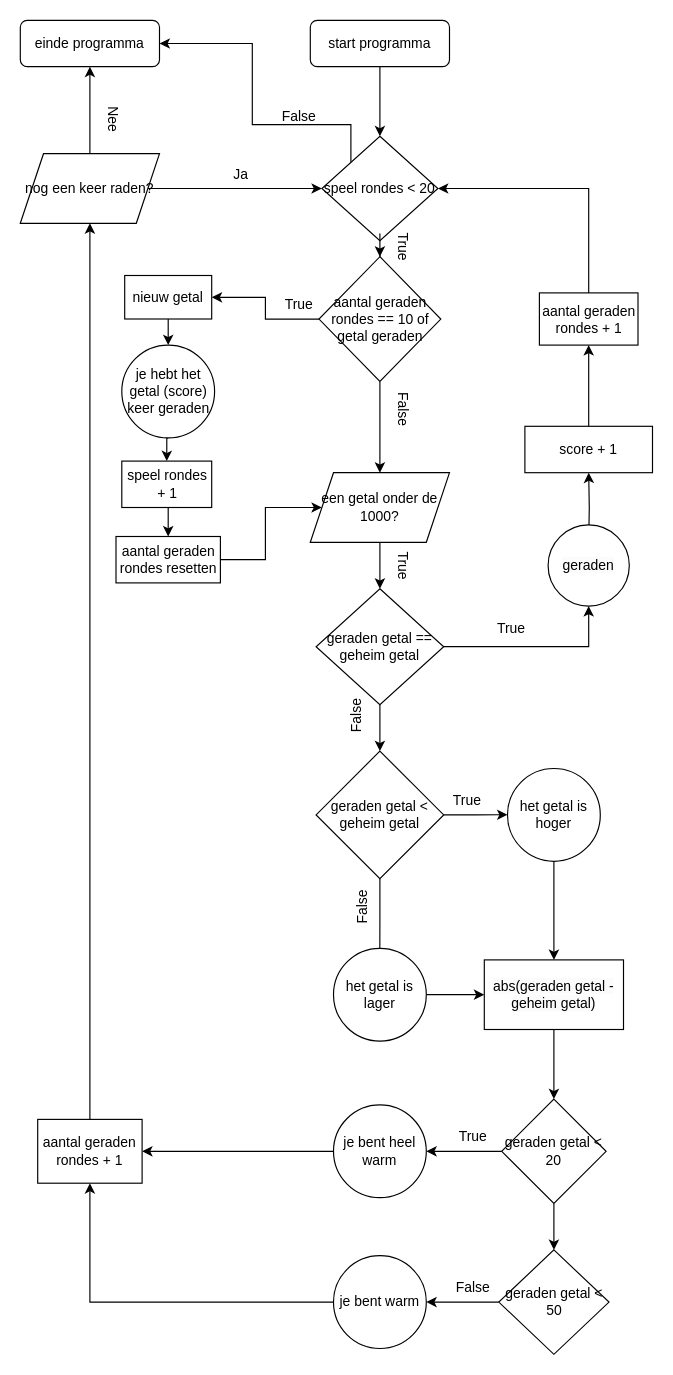
Above: module 3/deel 2/getal_raden.drawio in Jesse-Qrtl/leren-programmeren (draw.io), before the change. Source tidied: cells renumbered, new cells numbered last; positions are measured from the earlier drawing's top-left corner, leaving out a move shared by most shapes. Both pictures are drawn from the tidied source at 116%, with x=0, y=0 at pixel (20, 20).
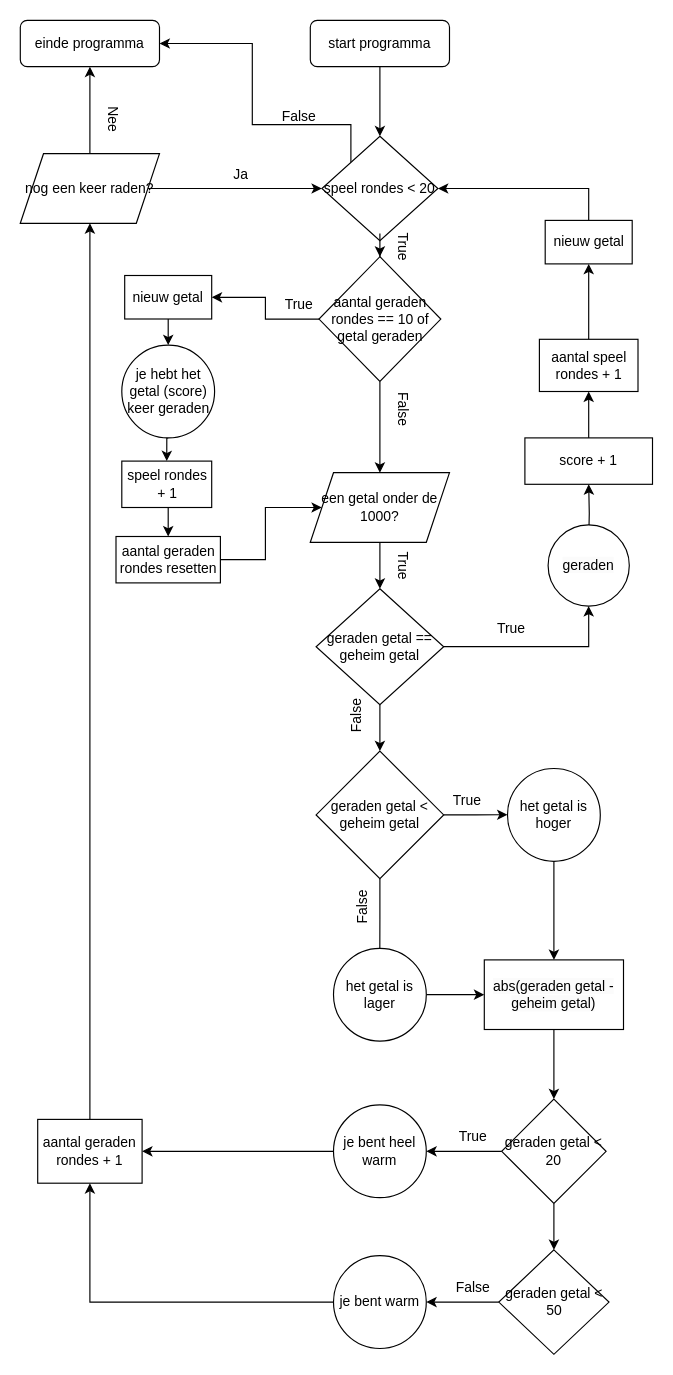
The same page after the edit.

Unchanged cells that the change refers to:
```xml
<mxCell id="14" value="speel rondes &amp;lt; 20" style="rhombus;whiteSpace=wrap;html=1;" parent="1" vertex="1">
  <mxGeometry x="260" y="100" width="100" height="90" as="geometry" />
</mxCell>
```

The edit, as a diff of the source:
```diff
@@
     <mxCell id="22" value="score + 1" style="rounded=0;whiteSpace=wrap;html=1;" parent="1" vertex="1">
-      <mxGeometry x="435" y="350" width="110" height="40" as="geometry" />
+      <mxGeometry x="435" y="360" width="110" height="40" as="geometry" />
     </mxCell>
-    <mxCell id="23" style="edgeStyle=orthogonalEdgeStyle;rounded=0;jettySize=auto;html=1;exitX=0.5;exitY=0;exitDx=0;exitDy=0;entryX=1;entryY=0.5;entryDx=0;entryDy=0;" parent="1" edge="1" source="24" target="14">
-      <mxGeometry relative="1" as="geometry" />
-    </mxCell>
+    <mxCell id="67" style="edgeStyle=orthogonalEdgeStyle;rounded=0;jettySize=auto;html=1;exitX=0.5;exitY=0;exitDx=0;exitDy=0;entryX=0.5;entryY=1;entryDx=0;entryDy=0;" parent="1" edge="1" source="24" target="69">
+      <mxGeometry relative="1" as="geometry" />
+    </mxCell>
-    <mxCell id="24" value="aantal geraden rondes + 1" style="rounded=0;whiteSpace=wrap;html=1;" parent="1" vertex="1">
-      <mxGeometry x="447.5" y="235" width="85" height="45" as="geometry" />
+    <mxCell id="24" value="aantal speel rondes + 1" style="rounded=0;whiteSpace=wrap;html=1;" parent="1" vertex="1">
+      <mxGeometry x="447.5" y="275" width="85" height="45" as="geometry" />
     </mxCell>
@@
+    <mxCell id="68" style="edgeStyle=orthogonalEdgeStyle;rounded=0;jettySize=auto;html=1;exitX=0.5;exitY=0;exitDx=0;exitDy=0;entryX=1;entryY=0.5;entryDx=0;entryDy=0;" parent="1" edge="1" source="69" target="14">
+      <mxGeometry relative="1" as="geometry" />
+    </mxCell>
+    <mxCell id="69" value="nieuw getal" style="whiteSpace=wrap;html=1;" parent="1" vertex="1">
+      <mxGeometry x="452.5" y="172.5" width="75" height="37.5" as="geometry" />
+    </mxCell>
```
